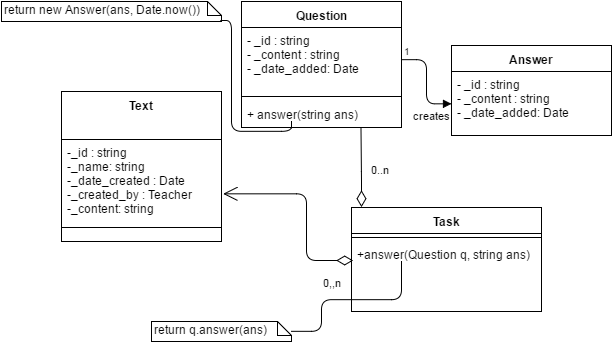
Earlier version of the draw.io export Diagrams/Text Heirarchy CD.png (roypillar/Michtava). Source tidied: cells renumbered, new cells last; positions are measured from the earlier drawing's top-left corner, leaving out a move shared by most shapes. Source of this version:
```xml
<mxGraphModel background="#ffffff">
  <root>
    <mxCell id="0" />
    <mxCell id="1" parent="0" />
    <mxCell id="2" value="&lt;div&gt;&lt;span&gt;Text&lt;/span&gt;&lt;br&gt;&lt;/div&gt;" style="swimlane;html=1;fontStyle=1;align=center;verticalAlign=top;horizontal=1;startSize=48;swimlaneFillColor=#ffffff;" parent="1" vertex="1">
      <mxGeometry x="60" y="90" width="160" height="150" as="geometry" />
    </mxCell>
    <mxCell id="3" value="-_id : string&lt;div&gt;-_name: string&lt;/div&gt;&lt;div&gt;-_date_created : Date&lt;/div&gt;&lt;div&gt;-_created_by : Teacher&lt;/div&gt;&lt;div&gt;-_content: string&lt;/div&gt;&lt;div&gt;&lt;br&gt;&lt;/div&gt;" style="text;html=1;strokeColor=none;fillColor=none;align=left;verticalAlign=top;spacingLeft=4;spacingRight=4;whiteSpace=wrap;overflow=hidden;points=[[0,0.5],[1,0.5]];portConstraint=eastwest;" parent="2" vertex="1">
      <mxGeometry y="48" width="160" height="84" as="geometry" />
    </mxCell>
    <mxCell id="4" style="line;html=1;strokeWidth=1;fillColor=none;align=left;verticalAlign=middle;spacingTop=-1;spacingLeft=3;spacingRight=3;labelPosition=right;" parent="2" vertex="1">
      <mxGeometry y="132" width="160" height="8" as="geometry" />
    </mxCell>
    <mxCell id="5" value="Task" style="swimlane;html=1;fontStyle=1;align=center;verticalAlign=top;horizontal=1;startSize=26;swimlaneFillColor=#ffffff;" parent="1" vertex="1">
      <mxGeometry x="350" y="206" width="190" height="104" as="geometry" />
    </mxCell>
    <mxCell id="6" style="line;html=1;strokeWidth=1;fillColor=none;align=left;verticalAlign=middle;spacingTop=-1;spacingLeft=3;spacingRight=3;labelPosition=right;" parent="5" vertex="1">
      <mxGeometry y="26" width="190" height="8" as="geometry" />
    </mxCell>
    <mxCell id="7" style="endArrow=none;html=1;edgeStyle=orthogonalEdgeStyle;entryX=0.263;entryY=0.303;entryPerimeter=0;" parent="5" edge="1" target="8">
      <mxGeometry relative="1" as="geometry">
        <mxPoint x="-60" y="124" as="sourcePoint" />
        <Array as="points">
          <mxPoint x="-30" y="124" />
          <mxPoint x="-30" y="92" />
          <mxPoint x="50" y="92" />
        </Array>
      </mxGeometry>
    </mxCell>
    <mxCell id="8" value="+answer(Question q, string ans)" style="text;html=1;strokeColor=none;fillColor=none;align=left;verticalAlign=top;spacingLeft=4;spacingRight=4;whiteSpace=wrap;overflow=hidden;points=[[0,0.5],[1,0.5]];portConstraint=eastwest;" parent="5" vertex="1">
      <mxGeometry y="34" width="190" height="66" as="geometry" />
    </mxCell>
    <mxCell id="9" value="return q.answer(ans)" style="shape=note;whiteSpace=wrap;html=1;size=14;verticalAlign=top;align=left;spacingTop=-6;" parent="1" vertex="1">
      <mxGeometry x="150" y="320" width="140" height="20" as="geometry" />
    </mxCell>
    <mxCell id="10" value="0,,n" style="endArrow=open;html=1;endSize=12;startArrow=diamondThin;startSize=14;startFill=0;edgeStyle=orthogonalEdgeStyle;align=left;verticalAlign=bottom;exitX=0.011;exitY=0.164;exitPerimeter=0;entryX=1.013;entryY=0.643;entryPerimeter=0;" parent="1" edge="1" target="3">
      <mxGeometry x="-0.68" y="31" relative="1" as="geometry">
        <mxPoint x="352" y="259" as="sourcePoint" />
        <Array as="points">
          <mxPoint x="305" y="259" />
          <mxPoint x="305" y="192" />
        </Array>
      </mxGeometry>
    </mxCell>
    <mxCell id="11" value="Answer" style="swimlane;html=1;fontStyle=1;align=center;verticalAlign=top;horizontal=1;startSize=26;swimlaneFillColor=#ffffff;" parent="1" vertex="1">
      <mxGeometry x="450" y="44" width="160" height="90" as="geometry" />
    </mxCell>
    <mxCell id="12" value="- _id : string&lt;div&gt;- _content : string&lt;/div&gt;&lt;div&gt;- _date_added: Date&lt;br&gt;&lt;div&gt;&lt;br&gt;&lt;/div&gt;&lt;/div&gt;" style="text;html=1;strokeColor=none;fillColor=none;align=left;verticalAlign=top;spacingLeft=4;spacingRight=4;whiteSpace=wrap;overflow=hidden;points=[[0,0.5],[1,0.5]];portConstraint=eastwest;" parent="11" vertex="1">
      <mxGeometry y="26" width="160" height="64" as="geometry" />
    </mxCell>
    <mxCell id="13" value="0..n" style="endArrow=open;html=1;endSize=12;startArrow=diamondThin;startSize=14;startFill=0;edgeStyle=orthogonalEdgeStyle;align=left;verticalAlign=bottom;entryX=0.747;entryY=1.04;entryPerimeter=0;" parent="1" edge="1" target="15">
      <mxGeometry x="108" y="-5" as="geometry">
        <mxPoint x="360" y="206" as="sourcePoint" />
        <Array as="points">
          <mxPoint x="360" y="180" />
        </Array>
        <mxPoint x="8" y="28" as="offset" />
      </mxGeometry>
    </mxCell>
    <mxCell id="14" value="Question" style="swimlane;html=1;fontStyle=1;align=center;verticalAlign=top;horizontal=1;startSize=26;swimlaneFillColor=#ffffff;" parent="1" vertex="1">
      <mxGeometry x="240" width="160" height="126" as="geometry" />
    </mxCell>
    <mxCell id="15" value="- _id : string&lt;div&gt;- _content : string&lt;/div&gt;&lt;div&gt;- _date_added: Date&lt;br&gt;&lt;div&gt;&lt;br&gt;&lt;/div&gt;&lt;/div&gt;" style="text;html=1;strokeColor=none;fillColor=none;align=left;verticalAlign=top;spacingLeft=4;spacingRight=4;whiteSpace=wrap;overflow=hidden;points=[[0,0.5],[1,0.5]];portConstraint=eastwest;" parent="14" vertex="1">
      <mxGeometry y="26" width="160" height="64" as="geometry" />
    </mxCell>
    <mxCell id="16" style="line;html=1;strokeWidth=1;fillColor=none;align=left;verticalAlign=middle;spacingTop=-1;spacingLeft=3;spacingRight=3;labelPosition=right;" parent="14" vertex="1">
      <mxGeometry y="90" width="160" height="10" as="geometry" />
    </mxCell>
    <mxCell id="17" value="+ answer(string ans)" style="text;html=1;strokeColor=none;fillColor=none;align=left;verticalAlign=top;spacingLeft=4;spacingRight=4;whiteSpace=wrap;overflow=hidden;points=[[0,0.5],[1,0.5]];portConstraint=eastwest;" parent="14" vertex="1">
      <mxGeometry y="100" width="160" height="26" as="geometry" />
    </mxCell>
    <mxCell id="18" value="creates" style="endArrow=block;endFill=1;html=1;edgeStyle=orthogonalEdgeStyle;align=left;verticalAlign=top;exitX=1;exitY=0.5;" parent="1" edge="1" source="15" target="12">
      <mxGeometry x="0.47" y="-15" relative="1" as="geometry">
        <mxPoint x="-15" y="-15" as="offset" />
      </mxGeometry>
    </mxCell>
    <mxCell id="19" value="1" style="html=1;align=left;verticalAlign=bottom;labelBackgroundColor=#ffffff;fontSize=10;" parent="18" vertex="1">
      <mxGeometry x="-1" relative="1" as="geometry" />
    </mxCell>
    <mxCell id="20" value="return new Answer(ans, Date.now())" style="shape=note;whiteSpace=wrap;html=1;size=14;verticalAlign=top;align=left;spacingTop=-6;" parent="1" vertex="1">
      <mxGeometry width="220" height="20" as="geometry" />
    </mxCell>
    <mxCell id="21" style="endArrow=none;html=1;edgeStyle=orthogonalEdgeStyle;entryX=0.313;entryY=0.769;exitX=0.997;exitY=0.94;exitPerimeter=0;entryPerimeter=0;" parent="1" edge="1" source="20" target="17">
      <mxGeometry x="408" y="455" as="geometry">
        <Array as="points">
          <mxPoint x="230" y="19" />
          <mxPoint x="230" y="130" />
          <mxPoint x="290" y="130" />
        </Array>
      </mxGeometry>
    </mxCell>
  </root>
</mxGraphModel>
```
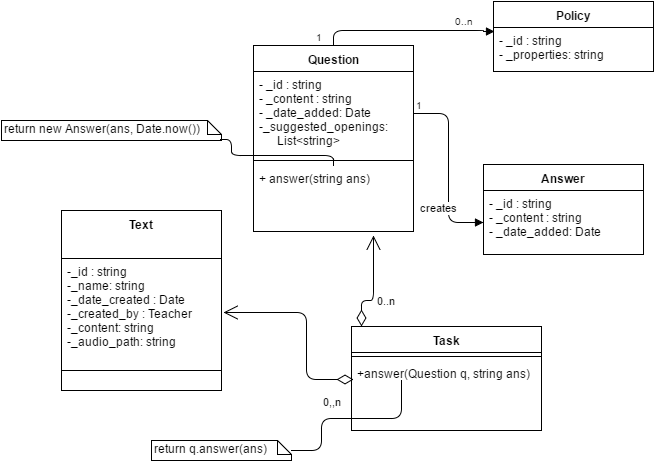
The same file after the commit.

What changed in the source:
```diff
@@ -1,15 +1,15 @@
-<mxGraphModel background="#ffffff">
+<mxGraphModel>
   <root>
     <mxCell id="0" />
     <mxCell id="1" parent="0" />
     <mxCell id="2" value="&lt;div&gt;&lt;span&gt;Text&lt;/span&gt;&lt;br&gt;&lt;/div&gt;" style="swimlane;html=1;fontStyle=1;align=center;verticalAlign=top;horizontal=1;startSize=48;swimlaneFillColor=#ffffff;" parent="1" vertex="1">
-      <mxGeometry x="60" y="90" width="160" height="150" as="geometry" />
+      <mxGeometry x="60" y="90" width="160" height="180" as="geometry" />
     </mxCell>
-    <mxCell id="3" value="-_id : string&lt;div&gt;-_name: string&lt;/div&gt;&lt;div&gt;-_date_created : Date&lt;/div&gt;&lt;div&gt;-_created_by : Teacher&lt;/div&gt;&lt;div&gt;-_content: string&lt;/div&gt;&lt;div&gt;&lt;br&gt;&lt;/div&gt;" style="text;html=1;strokeColor=none;fillColor=none;align=left;verticalAlign=top;spacingLeft=4;spacingRight=4;whiteSpace=wrap;overflow=hidden;points=[[0,0.5],[1,0.5]];portConstraint=eastwest;" parent="2" vertex="1">
-      <mxGeometry y="48" width="160" height="84" as="geometry" />
+    <mxCell id="3" value="-_id : string&lt;div&gt;-_name: string&lt;/div&gt;&lt;div&gt;-_date_created : Date&lt;/div&gt;&lt;div&gt;-_created_by : Teacher&lt;/div&gt;&lt;div&gt;-_content: string&lt;/div&gt;&lt;div&gt;-_audio_path: string&lt;/div&gt;&lt;div&gt;&lt;br&gt;&lt;/div&gt;" style="text;html=1;strokeColor=none;fillColor=none;align=left;verticalAlign=top;spacingLeft=4;spacingRight=4;whiteSpace=wrap;overflow=hidden;points=[[0,0.5],[1,0.5]];portConstraint=eastwest;" parent="2" vertex="1">
+      <mxGeometry y="48" width="160" height="102" as="geometry" />
     </mxCell>
     <mxCell id="4" style="line;html=1;strokeWidth=1;fillColor=none;align=left;verticalAlign=middle;spacingTop=-1;spacingLeft=3;spacingRight=3;labelPosition=right;" parent="2" vertex="1">
-      <mxGeometry y="132" width="160" height="8" as="geometry" />
+      <mxGeometry y="150" width="160" height="20" as="geometry" />
     </mxCell>
     <mxCell id="5" value="Task" style="swimlane;html=1;fontStyle=1;align=center;verticalAlign=top;horizontal=1;startSize=26;swimlaneFillColor=#ffffff;" parent="1" vertex="1">
       <mxGeometry x="350" y="206" width="190" height="104" as="geometry" />
@@ -33,9 +33,10 @@
     <mxCell id="9" value="return q.answer(ans)" style="shape=note;whiteSpace=wrap;html=1;size=14;verticalAlign=top;align=left;spacingTop=-6;" parent="1" vertex="1">
       <mxGeometry x="150" y="320" width="140" height="20" as="geometry" />
     </mxCell>
-    <mxCell id="10" value="0,,n" style="endArrow=open;html=1;endSize=12;startArrow=diamondThin;startSize=14;startFill=0;edgeStyle=orthogonalEdgeStyle;align=left;verticalAlign=bottom;exitX=0.011;exitY=0.164;exitPerimeter=0;entryX=1.013;entryY=0.643;entryPerimeter=0;" parent="1" edge="1" target="3">
+    <mxCell id="10" value="0,,n" style="endArrow=open;html=1;endSize=12;startArrow=diamondThin;startSize=14;startFill=0;edgeStyle=orthogonalEdgeStyle;align=left;verticalAlign=bottom;exitX=0.011;exitY=0.164;exitPerimeter=0;" parent="1" edge="1">
       <mxGeometry x="-0.68" y="31" relative="1" as="geometry">
         <mxPoint x="352" y="259" as="sourcePoint" />
+        <mxPoint x="222" y="192" as="targetPoint" />
         <Array as="points">
           <mxPoint x="305" y="259" />
           <mxPoint x="305" y="192" />
@@ -43,14 +44,15 @@
       </mxGeometry>
     </mxCell>
     <mxCell id="11" value="Answer" style="swimlane;html=1;fontStyle=1;align=center;verticalAlign=top;horizontal=1;startSize=26;swimlaneFillColor=#ffffff;" parent="1" vertex="1">
-      <mxGeometry x="450" y="44" width="160" height="90" as="geometry" />
+      <mxGeometry x="482" y="44" width="160" height="90" as="geometry" />
     </mxCell>
     <mxCell id="12" value="- _id : string&lt;div&gt;- _content : string&lt;/div&gt;&lt;div&gt;- _date_added: Date&lt;br&gt;&lt;div&gt;&lt;br&gt;&lt;/div&gt;&lt;/div&gt;" style="text;html=1;strokeColor=none;fillColor=none;align=left;verticalAlign=top;spacingLeft=4;spacingRight=4;whiteSpace=wrap;overflow=hidden;points=[[0,0.5],[1,0.5]];portConstraint=eastwest;" parent="11" vertex="1">
       <mxGeometry y="26" width="160" height="64" as="geometry" />
     </mxCell>
-    <mxCell id="13" value="0..n" style="endArrow=open;html=1;endSize=12;startArrow=diamondThin;startSize=14;startFill=0;edgeStyle=orthogonalEdgeStyle;align=left;verticalAlign=bottom;entryX=0.747;entryY=1.04;entryPerimeter=0;" parent="1" edge="1" target="15">
+    <mxCell id="13" value="0..n" style="endArrow=open;html=1;endSize=12;startArrow=diamondThin;startSize=14;startFill=0;edgeStyle=orthogonalEdgeStyle;align=left;verticalAlign=bottom;" parent="1" edge="1">
       <mxGeometry x="108" y="-5" as="geometry">
         <mxPoint x="360" y="206" as="sourcePoint" />
+        <mxPoint x="372" y="115" as="targetPoint" />
         <Array as="points">
           <mxPoint x="360" y="180" />
         </Array>
@@ -58,16 +60,16 @@
       </mxGeometry>
     </mxCell>
     <mxCell id="14" value="Question" style="swimlane;html=1;fontStyle=1;align=center;verticalAlign=top;horizontal=1;startSize=26;swimlaneFillColor=#ffffff;" parent="1" vertex="1">
-      <mxGeometry x="240" width="160" height="126" as="geometry" />
+      <mxGeometry x="252" y="-75" width="160" height="186" as="geometry" />
     </mxCell>
-    <mxCell id="15" value="- _id : string&lt;div&gt;- _content : string&lt;/div&gt;&lt;div&gt;- _date_added: Date&lt;br&gt;&lt;div&gt;&lt;br&gt;&lt;/div&gt;&lt;/div&gt;" style="text;html=1;strokeColor=none;fillColor=none;align=left;verticalAlign=top;spacingLeft=4;spacingRight=4;whiteSpace=wrap;overflow=hidden;points=[[0,0.5],[1,0.5]];portConstraint=eastwest;" parent="14" vertex="1">
-      <mxGeometry y="26" width="160" height="64" as="geometry" />
+    <mxCell id="15" value="- _id : string&lt;div&gt;- _content : string&lt;/div&gt;&lt;div&gt;- _date_added: Date&lt;/div&gt;&lt;div&gt;-_suggested_openings:&lt;/div&gt;&lt;div&gt;&amp;nbsp; &amp;nbsp; &amp;nbsp; List&amp;lt;string&amp;gt;&lt;/div&gt;&lt;div&gt;&lt;br&gt;&lt;div&gt;&lt;br&gt;&lt;/div&gt;&lt;/div&gt;" style="text;html=1;strokeColor=none;fillColor=none;align=left;verticalAlign=top;spacingLeft=4;spacingRight=4;whiteSpace=wrap;overflow=hidden;points=[[0,0.5],[1,0.5]];portConstraint=eastwest;" parent="14" vertex="1">
+      <mxGeometry y="26" width="160" height="84" as="geometry" />
     </mxCell>
     <mxCell id="16" style="line;html=1;strokeWidth=1;fillColor=none;align=left;verticalAlign=middle;spacingTop=-1;spacingLeft=3;spacingRight=3;labelPosition=right;" parent="14" vertex="1">
-      <mxGeometry y="90" width="160" height="10" as="geometry" />
+      <mxGeometry y="110" width="160" height="10" as="geometry" />
     </mxCell>
     <mxCell id="17" value="+ answer(string ans)" style="text;html=1;strokeColor=none;fillColor=none;align=left;verticalAlign=top;spacingLeft=4;spacingRight=4;whiteSpace=wrap;overflow=hidden;points=[[0,0.5],[1,0.5]];portConstraint=eastwest;" parent="14" vertex="1">
-      <mxGeometry y="100" width="160" height="26" as="geometry" />
+      <mxGeometry y="120" width="160" height="26" as="geometry" />
     </mxCell>
     <mxCell id="18" value="creates" style="endArrow=block;endFill=1;html=1;edgeStyle=orthogonalEdgeStyle;align=left;verticalAlign=top;exitX=1;exitY=0.5;" parent="1" edge="1" source="15" target="12">
       <mxGeometry x="0.47" y="-15" relative="1" as="geometry">
@@ -80,14 +82,39 @@
     <mxCell id="20" value="return new Answer(ans, Date.now())" style="shape=note;whiteSpace=wrap;html=1;size=14;verticalAlign=top;align=left;spacingTop=-6;" parent="1" vertex="1">
       <mxGeometry width="220" height="20" as="geometry" />
     </mxCell>
-    <mxCell id="21" style="endArrow=none;html=1;edgeStyle=orthogonalEdgeStyle;entryX=0.313;entryY=0.769;exitX=0.997;exitY=0.94;exitPerimeter=0;entryPerimeter=0;" parent="1" edge="1" source="20" target="17">
+    <mxCell id="21" style="endArrow=none;html=1;edgeStyle=orthogonalEdgeStyle;exitX=0.997;exitY=0.94;exitPerimeter=0;" parent="1" edge="1" source="20" target="17">
       <mxGeometry x="408" y="455" as="geometry">
         <Array as="points">
           <mxPoint x="230" y="19" />
-          <mxPoint x="230" y="130" />
-          <mxPoint x="290" y="130" />
+          <mxPoint x="230" y="35" />
+          <mxPoint x="332" y="35" />
         </Array>
       </mxGeometry>
     </mxCell>
+    <mxCell id="22" value="Policy" style="swimlane;html=1;fontStyle=1;align=center;verticalAlign=top;horizontal=1;startSize=26;swimlaneFillColor=#ffffff;" parent="1" vertex="1">
+      <mxGeometry x="492" y="-119" width="160" height="70" as="geometry" />
+    </mxCell>
+    <mxCell id="23" value="- _id : string&lt;div&gt;- _properties: string&lt;/div&gt;&lt;div&gt;&lt;div&gt;&lt;br&gt;&lt;/div&gt;&lt;/div&gt;" style="text;html=1;strokeColor=none;fillColor=none;align=left;verticalAlign=top;spacingLeft=4;spacingRight=4;whiteSpace=wrap;overflow=hidden;points=[[0,0.5],[1,0.5]];portConstraint=eastwest;" parent="22" vertex="1">
+      <mxGeometry y="26" width="160" height="44" as="geometry" />
+    </mxCell>
+    <mxCell id="24" style="endArrow=block;endFill=1;html=1;edgeStyle=orthogonalEdgeStyle;align=left;verticalAlign=top;exitX=0.5;exitY=0;entryX=0.006;entryY=0.091;entryPerimeter=0;" parent="1" edge="1" source="14" target="23">
+      <mxGeometry x="-1" relative="1" as="geometry">
+        <Array as="points">
+          <mxPoint x="332" y="-90" />
+          <mxPoint x="482" y="-90" />
+          <mxPoint x="482" y="-89" />
+        </Array>
+      </mxGeometry>
+    </mxCell>
+    <mxCell id="25" value="1" style="html=1;align=left;verticalAlign=bottom;labelBackgroundColor=#ffffff;fontSize=10;" parent="24" vertex="1">
+      <mxGeometry x="-1" relative="1" as="geometry">
+        <mxPoint x="-20" as="offset" />
+      </mxGeometry>
+    </mxCell>
+    <mxCell id="26" value="0..n" style="html=1;align=left;verticalAlign=bottom;labelBackgroundColor=#ffffff;fontSize=10;" parent="1" vertex="1">
+      <mxGeometry x="322" y="-65" as="geometry">
+        <mxPoint x="129" y="-26" as="offset" />
+      </mxGeometry>
+    </mxCell>
   </root>
 </mxGraphModel>
```
